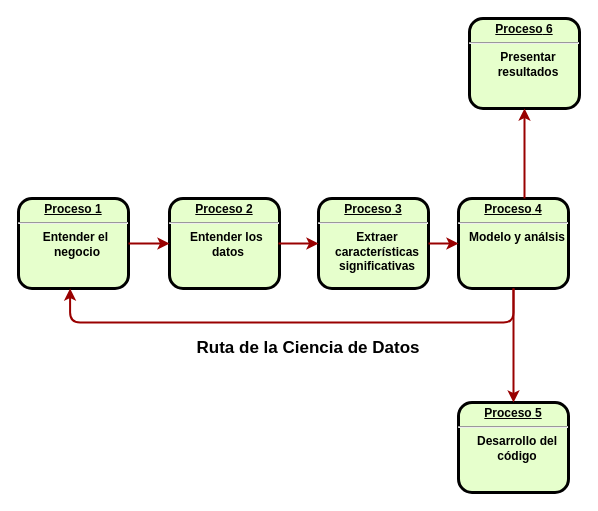
Before: Diagrama sin título.drawio in williamm6891/Actividad_1, a draw.io diagram. Source tidied: cells renumbered, new cells numbered last; positions are measured from the earlier drawing's top-left corner, leaving out a move shared by most shapes. Both pictures are drawn from the tidied source at 100%, with x=0, y=0 at pixel (18, 18).
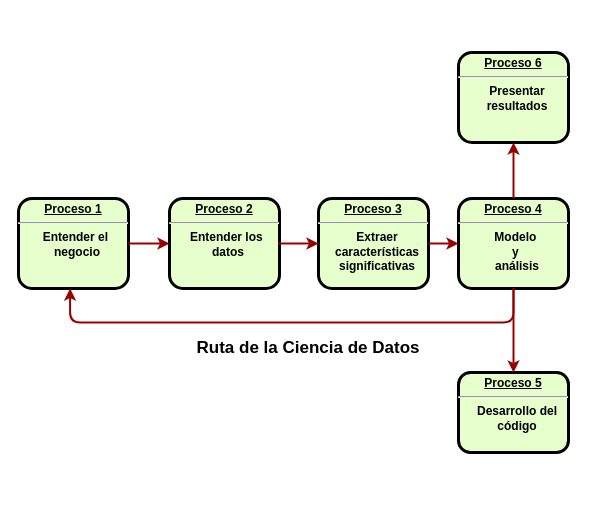
The same page after the edit.

Diff of the diagram source:
```diff
@@
 <mxGraphModel>
   <root>
     <mxCell id="0" />
     <mxCell id="1" parent="0" />
     <mxCell id="2" value="&lt;p style=&quot;margin: 0px; margin-top: 4px; text-align: center; text-decoration: underline;&quot;&gt;&lt;strong&gt;Proceso 1&lt;br&gt;&lt;/strong&gt;&lt;/p&gt;&lt;hr&gt;&lt;p style=&quot;margin: 0px; margin-left: 8px;&quot;&gt;Entender el&amp;nbsp;&lt;/p&gt;&lt;p style=&quot;margin: 0px; margin-left: 8px;&quot;&gt;negocio&lt;/p&gt;" style="verticalAlign=middle;align=center;overflow=fill;fontSize=12;fontFamily=Helvetica;html=1;rounded=1;fontStyle=1;strokeWidth=3;fillColor=#E6FFCC;" parent="1" vertex="1">
       <mxGeometry y="180" width="110" height="90" as="geometry" />
     </mxCell>
     <mxCell id="3" value="&lt;p style=&quot;margin: 0px; margin-top: 4px; text-align: center; text-decoration: underline;&quot;&gt;&lt;strong&gt;Proceso 2&lt;br&gt;&lt;/strong&gt;&lt;/p&gt;&lt;hr&gt;&lt;p style=&quot;margin: 0px; margin-left: 8px;&quot;&gt;Entender los&amp;nbsp;&lt;/p&gt;&lt;p style=&quot;margin: 0px; margin-left: 8px;&quot;&gt;datos&lt;/p&gt;" style="verticalAlign=middle;align=center;overflow=fill;fontSize=12;fontFamily=Helvetica;html=1;rounded=1;fontStyle=1;strokeWidth=3;fillColor=#E6FFCC;" parent="1" vertex="1">
       <mxGeometry x="151" y="180" width="110" height="90" as="geometry" />
     </mxCell>
-    <mxCell id="4" value="&lt;p style=&quot;margin: 0px; margin-top: 4px; text-align: center; text-decoration: underline;&quot;&gt;&lt;strong&gt;&lt;strong&gt;Proceso&lt;/strong&gt;&amp;nbsp;4&lt;br&gt;&lt;/strong&gt;&lt;/p&gt;&lt;hr&gt;&lt;p style=&quot;margin: 0px; margin-left: 8px;&quot;&gt;Modelo y análsis&lt;/p&gt;" style="verticalAlign=middle;align=center;overflow=fill;fontSize=12;fontFamily=Helvetica;html=1;rounded=1;fontStyle=1;strokeWidth=3;fillColor=#E6FFCC;" parent="1" vertex="1">
+    <mxCell id="4" value="&lt;p style=&quot;margin: 0px; margin-top: 4px; text-align: center; text-decoration: underline;&quot;&gt;&lt;strong&gt;&lt;strong&gt;Proceso&lt;/strong&gt;&amp;nbsp;4&lt;br&gt;&lt;/strong&gt;&lt;/p&gt;&lt;hr&gt;&lt;p style=&quot;margin: 0px; margin-left: 8px;&quot;&gt;Modelo&amp;nbsp;&lt;/p&gt;&lt;p style=&quot;margin: 0px; margin-left: 8px;&quot;&gt;y&amp;nbsp;&lt;/p&gt;&lt;p style=&quot;margin: 0px; margin-left: 8px;&quot;&gt;análisis&lt;/p&gt;" style="verticalAlign=middle;align=center;overflow=fill;fontSize=12;fontFamily=Helvetica;html=1;rounded=1;fontStyle=1;strokeWidth=3;fillColor=#E6FFCC;" parent="1" vertex="1">
       <mxGeometry x="440" y="180" width="110" height="90" as="geometry" />
     </mxCell>
     <mxCell id="5" value="&lt;p style=&quot;margin: 0px; margin-top: 4px; text-align: center; text-decoration: underline;&quot;&gt;&lt;strong&gt;&lt;strong&gt;Proceso&lt;/strong&gt;&amp;nbsp;3&lt;br&gt;&lt;/strong&gt;&lt;/p&gt;&lt;hr&gt;&lt;p style=&quot;margin: 0px; margin-left: 8px;&quot;&gt;Extraer&lt;/p&gt;&lt;p style=&quot;margin: 0px; margin-left: 8px;&quot;&gt;características&lt;/p&gt;&lt;p style=&quot;margin: 0px; margin-left: 8px;&quot;&gt;significativas&lt;/p&gt;" style="verticalAlign=middle;align=center;overflow=fill;fontSize=12;fontFamily=Helvetica;html=1;rounded=1;fontStyle=1;strokeWidth=3;fillColor=#E6FFCC;" parent="1" vertex="1">
       <mxGeometry x="300" y="180" width="110" height="90" as="geometry" />
     </mxCell>
     <mxCell id="6" value="&lt;p style=&quot;margin: 0px; margin-top: 4px; text-align: center; text-decoration: underline;&quot;&gt;&lt;strong&gt;&lt;strong&gt;Proceso&lt;/strong&gt;&amp;nbsp;5&lt;br&gt;&lt;/strong&gt;&lt;/p&gt;&lt;hr&gt;&lt;p style=&quot;margin: 0px; margin-left: 8px;&quot;&gt;Desarrollo del&lt;/p&gt;&lt;p style=&quot;margin: 0px; margin-left: 8px;&quot;&gt;código&lt;/p&gt;" style="verticalAlign=middle;align=center;overflow=fill;fontSize=12;fontFamily=Helvetica;html=1;rounded=1;fontStyle=1;strokeWidth=3;fillColor=#E6FFCC;" parent="1" vertex="1">
-      <mxGeometry x="440" y="384" width="110" height="90" as="geometry" />
+      <mxGeometry x="440" y="354" width="110" height="80" as="geometry" />
     </mxCell>
     <mxCell id="7" style="edgeStyle=none;noEdgeStyle=1;strokeColor=#990000;strokeWidth=2;entryX=0;entryY=0.5;entryDx=0;entryDy=0;exitX=1;exitY=0.5;exitDx=0;exitDy=0;" parent="1" edge="1" source="2" target="3">
       <mxGeometry relative="1" as="geometry" />
     </mxCell>
     <mxCell id="8" value="&lt;p style=&quot;margin: 0px; margin-top: 4px; text-align: center; text-decoration: underline;&quot;&gt;&lt;strong&gt;&lt;strong&gt;Proceso&lt;/strong&gt;&amp;nbsp;6&lt;br&gt;&lt;/strong&gt;&lt;/p&gt;&lt;hr&gt;&lt;p style=&quot;margin: 0px; margin-left: 8px;&quot;&gt;Presentar&lt;/p&gt;&lt;p style=&quot;margin: 0px; margin-left: 8px;&quot;&gt;resultados&lt;/p&gt;" style="verticalAlign=middle;align=center;overflow=fill;fontSize=12;fontFamily=Helvetica;html=1;rounded=1;fontStyle=1;strokeWidth=3;fillColor=#E6FFCC;" parent="1" vertex="1">
-      <mxGeometry x="451" width="110" height="90" as="geometry" />
+      <mxGeometry x="440" y="34" width="110" height="90" as="geometry" />
     </mxCell>
     <mxCell id="9" style="edgeStyle=elbowEdgeStyle;elbow=horizontal;strokeColor=#990000;strokeWidth=2;entryX=0.5;entryY=1;entryDx=0;entryDy=0;" parent="1" edge="1" source="4" target="8">
       <mxGeometry relative="1" as="geometry" />
     </mxCell>
     <mxCell id="10" style="edgeStyle=elbowEdgeStyle;elbow=horizontal;strokeColor=#990000;strokeWidth=2;exitX=0.5;exitY=1;exitDx=0;exitDy=0;entryX=0.469;entryY=1;entryDx=0;entryDy=0;entryPerimeter=0;" parent="1" edge="1" source="4" target="2">
       <mxGeometry relative="1" as="geometry">
         <Array as="points">
           <mxPoint x="350" y="304" />
         </Array>
       </mxGeometry>
     </mxCell>
     <mxCell id="11" value="Ruta de la Ciencia de Datos" style="text;spacingTop=-2;align=center;fontSize=17;fontStyle=1;" parent="1" vertex="1">
       <mxGeometry x="210" y="314" width="160" height="40" as="geometry" />
     </mxCell>
     <mxCell id="12" style="edgeStyle=none;noEdgeStyle=1;strokeColor=#990000;strokeWidth=2;entryX=0;entryY=0.5;entryDx=0;entryDy=0;exitX=1;exitY=0.5;exitDx=0;exitDy=0;" parent="1" edge="1" target="5">
       <mxGeometry relative="1" as="geometry">
         <mxPoint x="260" y="225" as="sourcePoint" />
         <Array as="points">
           <mxPoint x="274" y="225" />
         </Array>
       </mxGeometry>
     </mxCell>
     <mxCell id="13" style="edgeStyle=none;noEdgeStyle=1;strokeColor=#990000;strokeWidth=2;entryX=0;entryY=0.5;entryDx=0;entryDy=0;exitX=1;exitY=0.5;exitDx=0;exitDy=0;" parent="1" edge="1" source="5">
       <mxGeometry relative="1" as="geometry">
         <mxPoint x="440" y="225" as="targetPoint" />
         <Array as="points">
           <mxPoint x="414" y="225" />
         </Array>
       </mxGeometry>
     </mxCell>
     <mxCell id="14" style="edgeStyle=elbowEdgeStyle;elbow=horizontal;strokeColor=#990000;strokeWidth=2;exitX=0.5;exitY=1;exitDx=0;exitDy=0;entryX=0.5;entryY=0;entryDx=0;entryDy=0;" parent="1" edge="1" source="4" target="6">
       <mxGeometry relative="1" as="geometry" />
     </mxCell>
   </root>
 </mxGraphModel>
```
